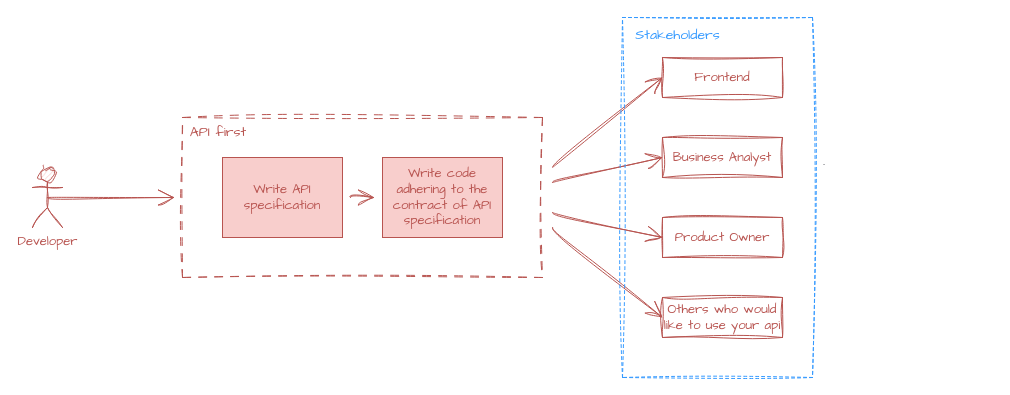
Above: page "design-first" (2 of 3) of misc/api-first.drawio in paul58914080/paul58914080.github.io (draw.io), before the change. Source tidied: cells renumbered, new cells numbered last; positions are measured from the earlier drawing's top-left corner, leaving out a move shared by most shapes. Both pictures are drawn from the tidied source at 100%, with x=0, y=0 at pixel (32, 17).
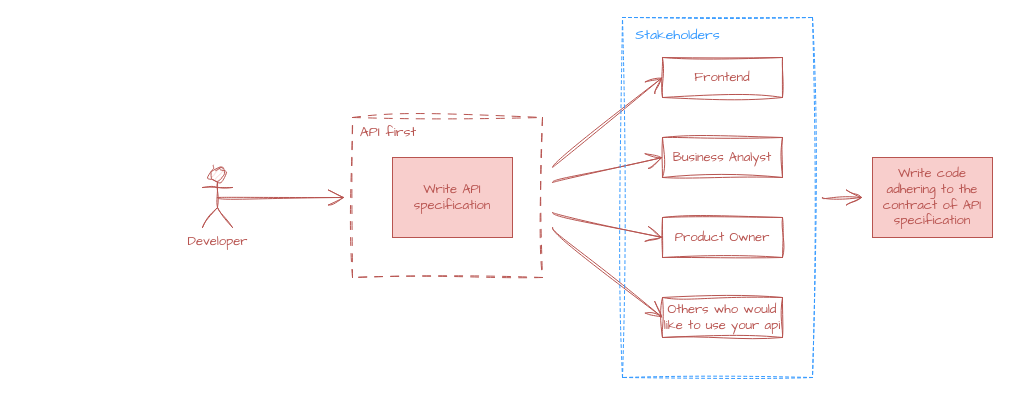
Above is the later version.

Commit message (it also covers changes not shown here):
docs(craft): update img for design first

Change to the diagram source:
```diff
@@
     <mxCell id="2" style="rounded=0;whiteSpace=wrap;html=1;fontFamily=Architects Daughter;align=left;sketch=1;curveFitting=1;jiggle=2;dashed=1;dashPattern=8 8;fillColor=none;strokeColor=#b85450;" parent="1" vertex="1">
-      <mxGeometry x="150" y="100" width="360" height="160" as="geometry" />
+      <mxGeometry x="320" y="100" width="190" height="160" as="geometry" />
     </mxCell>
@@
     <mxCell id="4" value="&lt;font style=&quot;color: rgb(184, 84, 80); font-size: 13px;&quot;&gt;Developer&lt;/font&gt;" style="shape=umlActor;verticalLabelPosition=bottom;verticalAlign=top;html=1;outlineConnect=0;fontFamily=Architects Daughter;sketch=1;curveFitting=1;jiggle=2;fillColor=#f8cecc;strokeColor=#b85450;" parent="1" vertex="1">
-      <mxGeometry y="150" width="30" height="60" as="geometry" />
+      <mxGeometry x="170" y="150" width="30" height="60" as="geometry" />
     </mxCell>
-    <mxCell id="5" style="edgeStyle=none;curved=1;rounded=0;jettySize=auto;html=1;fontFamily=Architects Daughter;fontSize=16;startSize=14;endArrow=open;endSize=14;sourcePerimeterSpacing=8;targetPerimeterSpacing=8;sketch=1;curveFitting=1;jiggle=2;strokeColor=#B85450;" parent="1" edge="1" source="6" target="7">
-      <mxGeometry relative="1" as="geometry" />
-    </mxCell>
     <mxCell id="6" value="&lt;font style=&quot;color: rgb(184, 84, 80); font-size: 13px;&quot;&gt;Write API specification&lt;/font&gt;" style="rounded=0;whiteSpace=wrap;html=1;fontFamily=Architects Daughter;fillColor=#f8cecc;strokeColor=#b85450;" parent="1" vertex="1">
-      <mxGeometry x="190" y="140" width="120" height="80" as="geometry" />
+      <mxGeometry x="360" y="140" width="120" height="80" as="geometry" />
     </mxCell>
     <mxCell id="7" value="&lt;font style=&quot;color: rgb(184, 84, 80); font-size: 13px;&quot;&gt;Write code adhering to the contract of API specification&lt;/font&gt;" style="rounded=0;whiteSpace=wrap;html=1;fontFamily=Architects Daughter;fillColor=#f8cecc;strokeColor=#b85450;" parent="1" vertex="1">
-      <mxGeometry x="350" y="140" width="120" height="80" as="geometry" />
+      <mxGeometry x="840" y="140" width="120" height="80" as="geometry" />
     </mxCell>
@@
     <mxCell id="16" value="&lt;font style=&quot;color: rgb(184, 84, 80); font-size: 14px;&quot;&gt;API first&lt;/font&gt;" style="text;html=1;align=center;verticalAlign=middle;whiteSpace=wrap;rounded=0;fontFamily=Architects Daughter;" parent="1" vertex="1">
-      <mxGeometry x="156" y="100" width="60" height="30" as="geometry" />
+      <mxGeometry x="326" y="100" width="60" height="30" as="geometry" />
     </mxCell>
@@
-    <mxCell id="19" value="&lt;font style=&quot;color: rgb(31, 32, 40);&quot;&gt;.&lt;/font&gt;" style="text;html=1;align=center;verticalAlign=middle;whiteSpace=wrap;rounded=0;fontFamily=Architects Daughter;" parent="1" vertex="1">
-      <mxGeometry x="777" y="130" width="30" height="30" as="geometry" />
-    </mxCell>
+    <mxCell id="20" style="edgeStyle=none;orthogonalLoop=1;jettySize=auto;html=1;rounded=0;fontFamily=Architects Daughter;fontSize=16;startSize=14;endArrow=open;endSize=14;sourcePerimeterSpacing=8;targetPerimeterSpacing=8;curved=1;sketch=1;curveFitting=1;jiggle=2;fillColor=#f8cecc;strokeColor=#b85450;" parent="1" edge="1">
+      <mxGeometry relative="1" as="geometry">
+        <mxPoint x="790" y="180" as="sourcePoint" />
+        <mxPoint x="830" y="180" as="targetPoint" />
+      </mxGeometry>
+    </mxCell>
```
